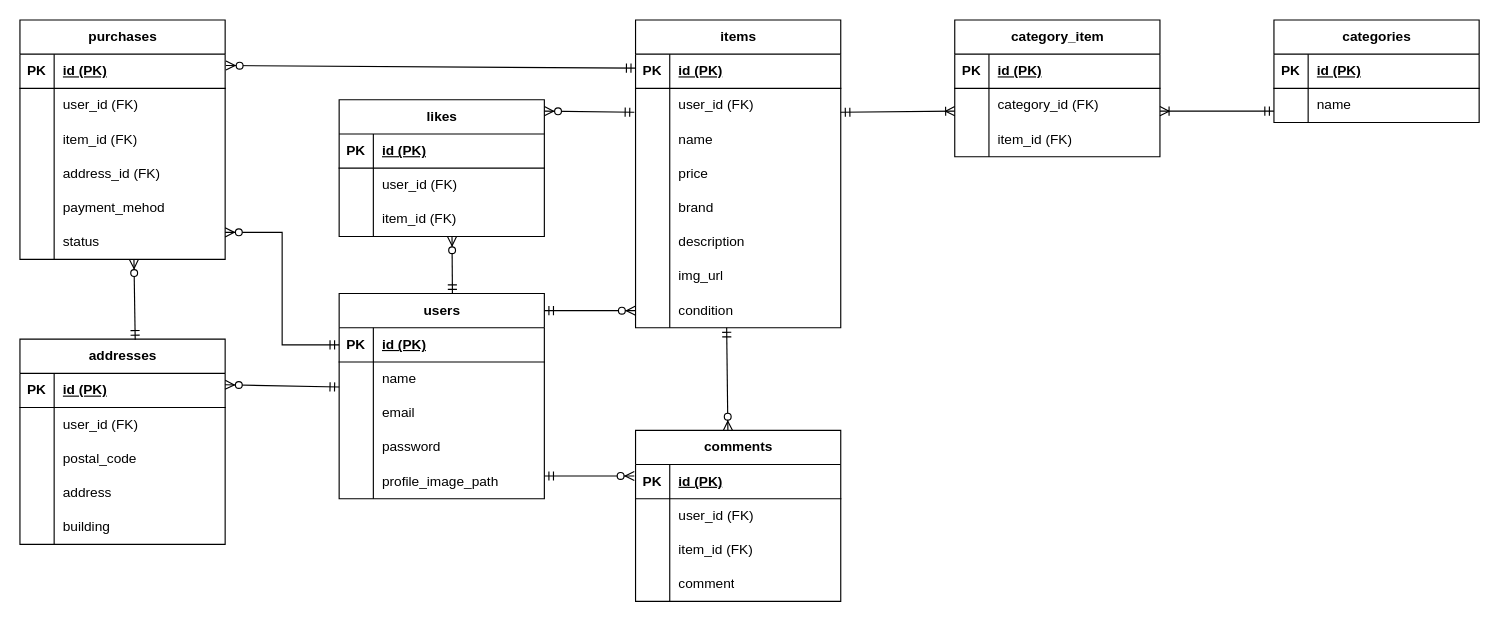
This is docs/er-diagram.drawio from nishidanamiki/flea-market-app, a draw.io file, before an edit. Source tidied: cells renumbered, new cells numbered last; positions are measured from the earlier drawing's top-left corner, leaving out a move shared by most shapes. Both pictures are drawn from the tidied source at 114%, with x=0, y=0 at pixel (19, 19).
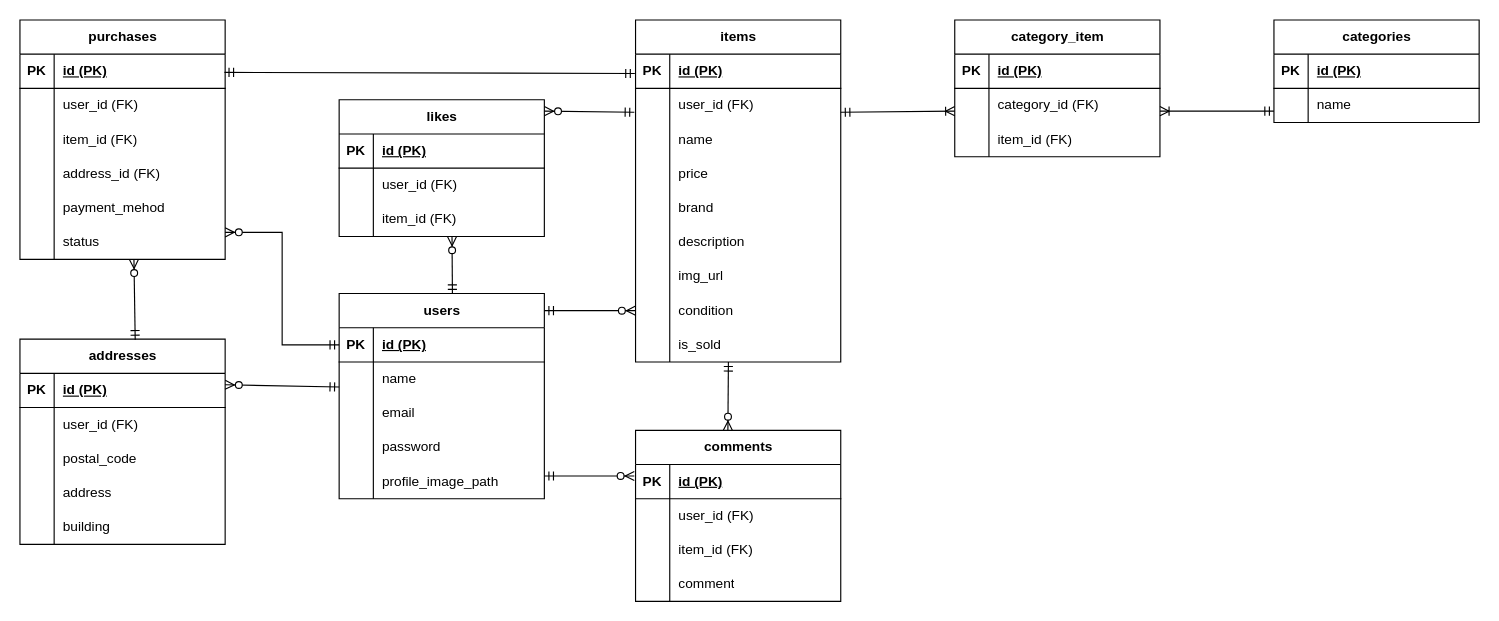
After the change.

Unchanged cells that the change refers to:
```xml
<mxCell id="2" style="group;shadow=0;" parent="1" vertex="1">
  <mxGeometry width="1280" height="510" as="geometry" />
</mxCell>
<mxCell id="21" value="PK" style="shape=partialRectangle;fillColor=none;top=0;left=0;bottom=0;right=0;fontStyle=1;overflow=hidden;whiteSpace=wrap;html=1;rounded=0;shadow=0;" parent="20" vertex="1">
  <mxGeometry width="30" height="30" as="geometry" />
</mxCell>
<mxCell id="41" style="shape=tableRow;horizontal=0;startSize=0;swimlaneHead=0;swimlaneBody=0;fillColor=none;points=[[0,0.5],[1,0.5]];portConstraint=eastwest;top=0;left=0;right=0;bottom=0;rounded=0;shadow=0;" parent="19" vertex="1">
  <mxGeometry y="240" width="180" height="30" as="geometry" />
</mxCell>
<mxCell id="103" value="id (PK)" style="shape=partialRectangle;fillColor=none;top=0;left=0;bottom=0;right=0;align=left;spacingLeft=6;fontStyle=5;overflow=hidden;whiteSpace=wrap;html=1;rounded=0;shadow=0;" parent="101" vertex="1">
  <mxGeometry x="30" width="150" height="30" as="geometry" />
</mxCell>
```

Change to the diagram source:
```diff
@@
     <mxCell id="19" value="items" style="shape=table;startSize=30;childLayout=tableLayout;rowLines=0;fontStyle=1;align=center;html=1;rounded=0;shadow=0;" parent="2" vertex="1">
-      <mxGeometry x="540" width="180" height="270" as="geometry" />
+      <mxGeometry x="540" width="180" height="300" as="geometry" />
     </mxCell>
@@
+    <mxCell id="130" style="shape=tableRow;horizontal=0;startSize=0;swimlaneHead=0;swimlaneBody=0;fillColor=none;top=0;left=0;right=0;bottom=0;rounded=0;shadow=0;" parent="19" vertex="1">
+      <mxGeometry y="270" width="180" height="30" as="geometry" />
+    </mxCell>
+    <mxCell id="131" style="shape=partialRectangle;fillColor=none;top=0;left=0;bottom=0;right=0;overflow=hidden;whiteSpace=wrap;html=1;rounded=0;shadow=0;" parent="130" vertex="1">
+      <mxGeometry width="30" height="30" as="geometry" />
+    </mxCell>
+    <mxCell id="132" value="is_sold" style="shape=partialRectangle;fillColor=none;top=0;left=0;bottom=0;right=0;align=left;spacingLeft=6;overflow=hidden;whiteSpace=wrap;html=1;rounded=0;shadow=0;" parent="130" vertex="1">
+      <mxGeometry x="30" width="150" height="30" as="geometry" />
+    </mxCell>
@@
-    <mxCell id="123" style="fontSize=12;html=1;endArrow=ERzeroToMany;startArrow=ERmandOne;exitX=0.444;exitY=1;exitDx=0;exitDy=0;exitPerimeter=0;rounded=0;shadow=0;" parent="2" edge="1" source="41">
+    <mxCell id="123" style="fontSize=12;html=1;endArrow=ERzeroToMany;startArrow=ERmandOne;rounded=0;shadow=0;exitX=0.343;exitY=1;exitDx=0;exitDy=0;exitPerimeter=0;" parent="2" edge="1" source="132">
       <mxGeometry relative="1" as="geometry">
         <mxPoint x="621" y="360" as="targetPoint" />
       </mxGeometry>
     </mxCell>
@@
-    <mxCell id="126" style="fontSize=12;html=1;endArrow=ERzeroToMany;startArrow=ERmandOne;exitX=0;exitY=0;exitDx=0;exitDy=0;exitPerimeter=0;entryX=1.004;entryY=-0.078;entryDx=0;entryDy=0;entryPerimeter=0;rounded=0;shadow=0;" parent="2" edge="1">
-      <mxGeometry relative="1" as="geometry">
-        <mxPoint x="540" y="42.3" as="sourcePoint" />
-        <mxPoint x="180.7" y="40" as="targetPoint" />
-      </mxGeometry>
-    </mxCell>
@@
+    <mxCell id="133" style="fontSize=12;html=1;endArrow=ERmandOne;startArrow=ERmandOne;entryX=-0.02;entryY=0.567;entryDx=0;entryDy=0;entryPerimeter=0;exitX=0.996;exitY=0.533;exitDx=0;exitDy=0;exitPerimeter=0;" parent="2" edge="1" source="103" target="21">
+      <mxGeometry relative="1" as="geometry" />
+    </mxCell>
```
